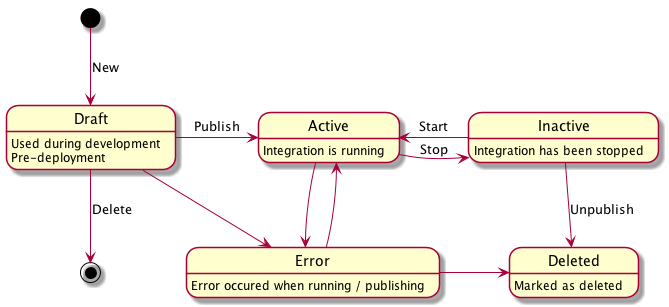
Above: proposals/images/integration-state.png in syndesisio/syndesis (PlantUML), before the change. The source it was exported from:
```plantuml
@startuml

[*] --> Draft : New
Draft --> [*] : Delete
Draft -right-> Active : Publish
Draft: Used during development
Draft: Pre-deployment

Active -right-> Inactive : Stop
Active: Integration is running
Inactive -left-> Active : Start
Inactive: Integration has been stopped
Inactive --> Deleted : Unpublish

Active --> Error
Error --> Active
Error: Error occured when running / publishing
Error -right-> Deleted
Draft --> Error

Deleted: Marked as deleted
@enduml
```
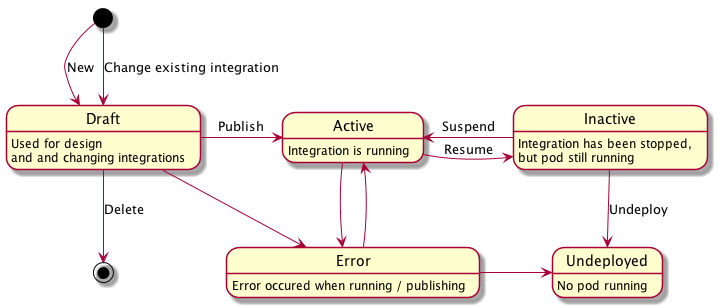
Above is the later version.

Change to the diagram source:
```diff
@@ -1,22 +1,22 @@
 @startuml
 
 [*] --> Draft : New
+[*] --> Draft : Change existing integration
 Draft --> [*] : Delete
 Draft -right-> Active : Publish
-Draft: Used during development
-Draft: Pre-deployment
+Draft: Used for design\nand and changing integrations
 
-Active -right-> Inactive : Stop
+Active -right-> Inactive : Resume
 Active: Integration is running
-Inactive -left-> Active : Start
-Inactive: Integration has been stopped
-Inactive --> Deleted : Unpublish
+Inactive -left-> Active : Suspend
+Inactive: Integration has been stopped,\nbut pod still running
+Inactive --> Undeployed : Undeploy
 
 Active --> Error
 Error --> Active
 Error: Error occured when running / publishing
-Error -right-> Deleted
+Error -right-> Undeployed
 Draft --> Error
 
-Deleted: Marked as deleted
+Undeployed: No pod running
 @enduml
```
